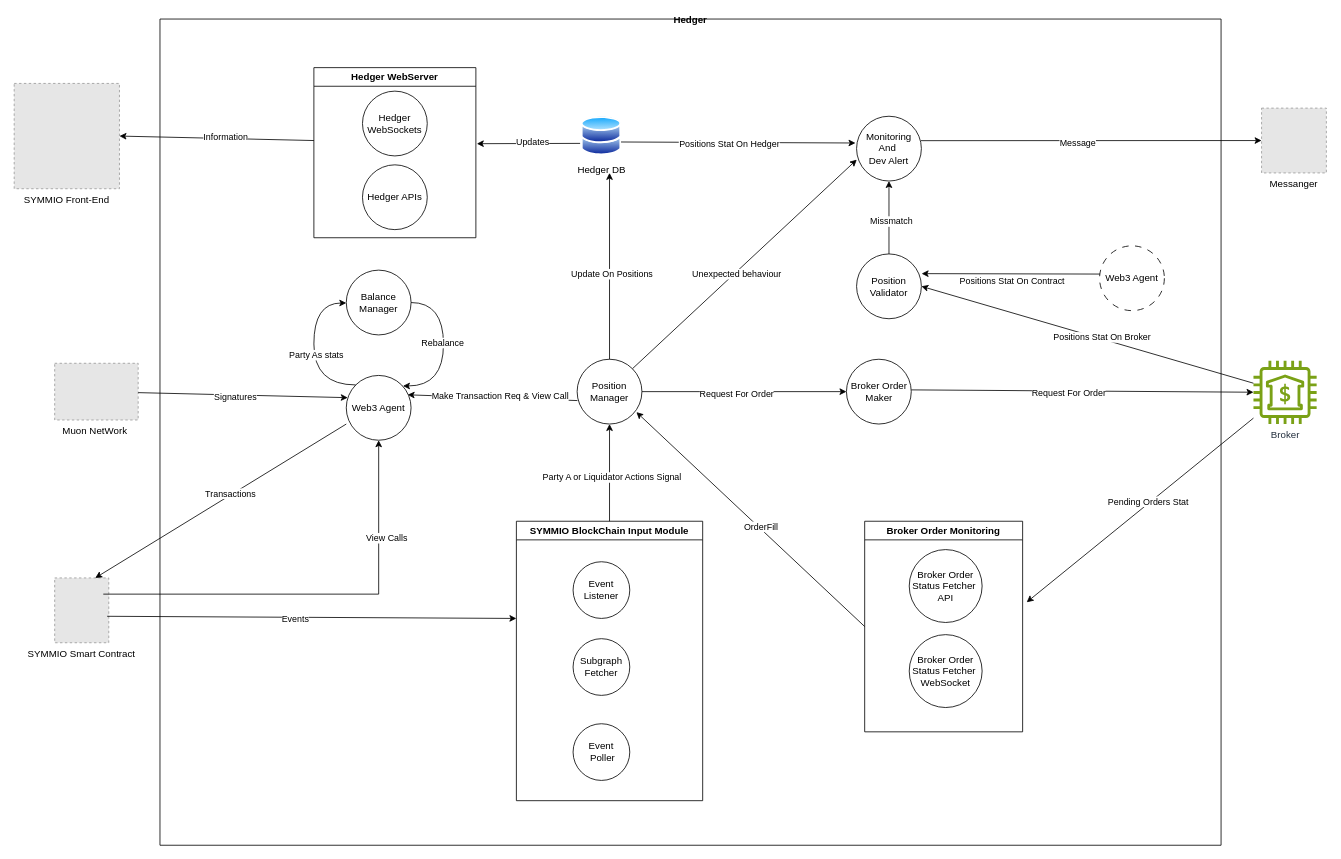
Above: hedger_docs/drawio/hedger_arch.drawio in SYMM-IO/docs (draw.io), before the change. Source tidied: cells renumbered, new cells numbered last; positions are measured from the earlier drawing's top-left corner, leaving out a move shared by most shapes. Both pictures are drawn from the tidied source at 81%, with x=0, y=0 at pixel (14, 19). Pictures stored in the file or linked from it are replaced by grey dashed boxes.
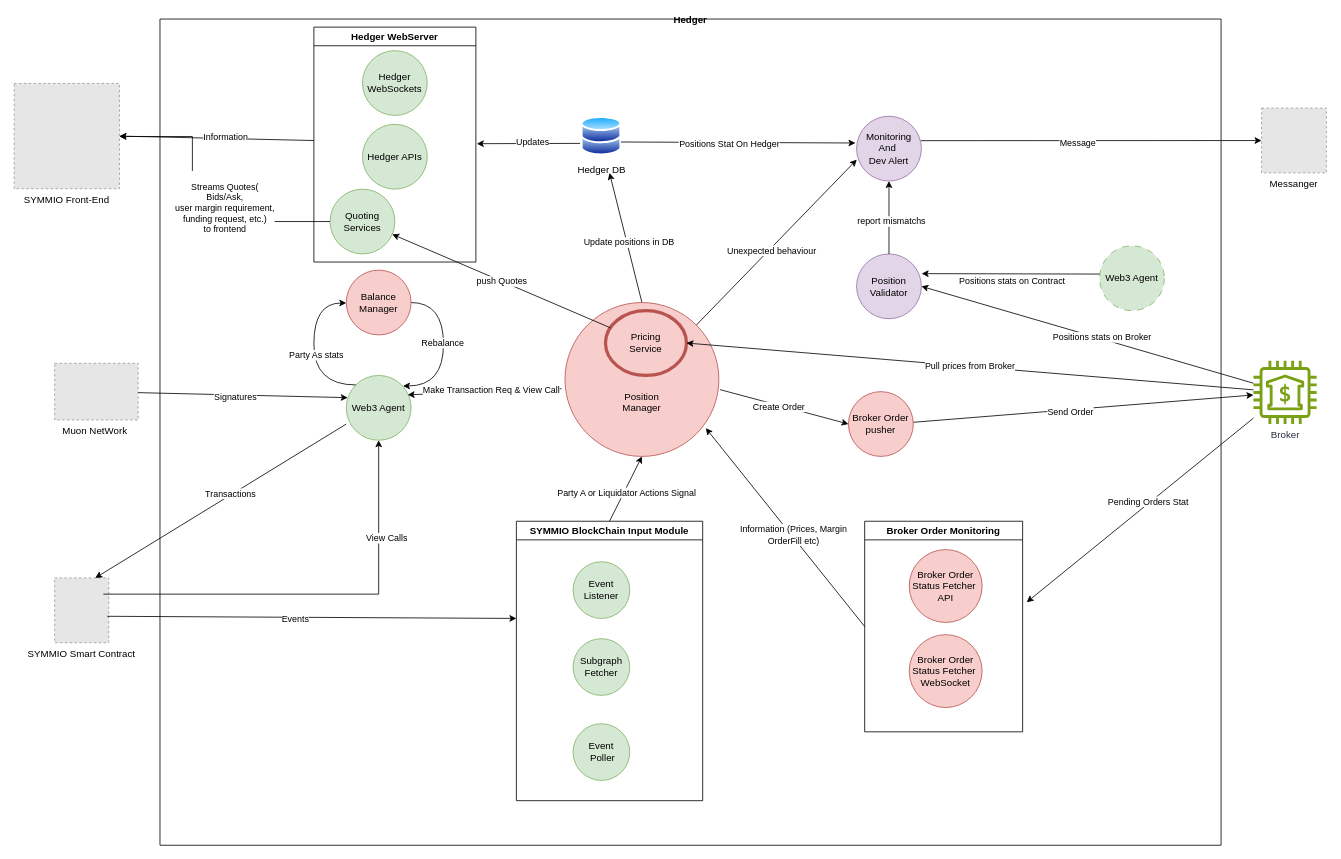
After the change.

The change refers to these unchanged cells:
```xml
<mxCell id="3" value="SYMMIO BlockChain Input Module" style="swimlane;" parent="1" vertex="1">
  <mxGeometry x="620" y="620" width="230" height="345" as="geometry" />
</mxCell>
<mxCell id="14" value="Broker Order Monitoring" style="swimlane;whiteSpace=wrap;html=1;" parent="1" vertex="1">
  <mxGeometry x="1050" y="620" width="195" height="260" as="geometry" />
</mxCell>
<mxCell id="20" value="Broker" style="sketch=0;outlineConnect=0;fontColor=#232F3E;gradientColor=none;fillColor=#7AA116;strokeColor=none;dashed=0;verticalLabelPosition=bottom;verticalAlign=top;align=center;html=1;fontSize=12;fontStyle=0;shape=mxgraph.aws4.bank;" parent="1" vertex="1">
  <mxGeometry x="1530" y="422" width="78" height="78" as="geometry" />
</mxCell>
<mxCell id="21" value="SYMMIO Front-End" style="fillColor=#E6E6E6;strokeColor=#999999;dashed=1;verticalLabelPosition=bottom;verticalAlign=top;" parent="1" vertex="1">
  <mxGeometry y="79.5" width="130" height="130" as="geometry" />
</mxCell>
<mxCell id="28" style="endArrow=classic;html=1;rounded=0;exitX=0.5;exitY=0;exitDx=0;exitDy=0;" parent="1" edge="1" source="7">
  <mxGeometry relative="1" as="geometry">
    <mxPoint x="735" y="190" as="targetPoint" />
  </mxGeometry>
</mxCell>
<mxCell id="30" style="endArrow=classic;html=1;rounded=0;entryX=1;entryY=0.5;entryDx=0;entryDy=0;" parent="1" edge="1" source="20" target="24">
  <mxGeometry relative="1" as="geometry" />
</mxCell>
<mxCell id="34" style="endArrow=classic;html=1;rounded=0;entryX=1.004;entryY=0.304;entryDx=0;entryDy=0;entryPerimeter=0;exitX=0.985;exitY=0.438;exitDx=0;exitDy=0;exitPerimeter=0;" parent="1" edge="1" source="64" target="24">
  <mxGeometry relative="1" as="geometry" />
</mxCell>
<mxCell id="37" style="endArrow=classic;html=1;rounded=0;exitX=0;exitY=0.5;exitDx=0;exitDy=0;entryX=0.915;entryY=0.816;entryDx=0;entryDy=0;entryPerimeter=0;" parent="1" edge="1" source="14" target="7">
  <mxGeometry relative="1" as="geometry" />
</mxCell>
<mxCell id="55" style="endArrow=classic;html=1;rounded=0;exitX=1.001;exitY=0.473;exitDx=0;exitDy=0;exitPerimeter=0;" parent="1" edge="1" source="13" target="20">
  <mxGeometry relative="1" as="geometry" />
</mxCell>
<mxCell id="57" style="endArrow=classic;html=1;rounded=0;entryX=0.5;entryY=1;entryDx=0;entryDy=0;exitX=0.5;exitY=0;exitDx=0;exitDy=0;" parent="1" edge="1" source="24" target="36">
  <mxGeometry relative="1" as="geometry" />
</mxCell>
<mxCell id="67" value="Hedger" style="swimlane;startSize=0;" parent="1" vertex="1">
  <mxGeometry x="180" width="1310" height="1020" as="geometry" />
</mxCell>
```

Change to the diagram source:
```diff
@@
-    <mxCell id="4" value="Subgraph&lt;br&gt;Fetcher" style="ellipse;whiteSpace=wrap;html=1;" parent="3" vertex="1">
+    <mxCell id="4" value="Subgraph&lt;br&gt;Fetcher" style="ellipse;whiteSpace=wrap;html=1;fillColor=#d5e8d4;strokeColor=#82b366;" parent="3" vertex="1">
       <mxGeometry x="70" y="145" width="70" height="70" as="geometry" />
     </mxCell>
-    <mxCell id="5" value="Event&lt;br&gt;&amp;nbsp;Poller" style="ellipse;whiteSpace=wrap;html=1;" parent="3" vertex="1">
+    <mxCell id="5" value="Event&lt;br&gt;&amp;nbsp;Poller" style="ellipse;whiteSpace=wrap;html=1;fillColor=#d5e8d4;strokeColor=#82b366;" parent="3" vertex="1">
       <mxGeometry x="70" y="250" width="70" height="70" as="geometry" />
     </mxCell>
-    <mxCell id="6" value="Event&lt;br&gt;Listener" style="ellipse;whiteSpace=wrap;html=1;" parent="3" vertex="1">
+    <mxCell id="6" value="Event&lt;br&gt;Listener" style="ellipse;whiteSpace=wrap;html=1;fillColor=#d5e8d4;strokeColor=#82b366;" parent="3" vertex="1">
       <mxGeometry x="70" y="50" width="70" height="70" as="geometry" />
     </mxCell>
-    <mxCell id="7" value="Position&lt;br&gt;Manager" style="ellipse;whiteSpace=wrap;html=1;" parent="1" vertex="1">
-      <mxGeometry x="695" y="420" width="80" height="80" as="geometry" />
-    </mxCell>
@@
-    <mxCell id="13" value="Broker Order&lt;br&gt;Maker" style="ellipse;whiteSpace=wrap;html=1;" parent="1" vertex="1">
-      <mxGeometry x="1027.5" y="420" width="80" height="80" as="geometry" />
-    </mxCell>
@@
-    <mxCell id="15" value="Broker Order&lt;br&gt;Status Fetcher&amp;nbsp;&lt;br&gt;API" style="ellipse;whiteSpace=wrap;html=1;" parent="14" vertex="1">
+    <mxCell id="15" value="Broker Order&lt;br&gt;Status Fetcher&amp;nbsp;&lt;br&gt;API" style="ellipse;whiteSpace=wrap;html=1;fillColor=#f8cecc;strokeColor=#b85450;" parent="14" vertex="1">
       <mxGeometry x="55" y="35" width="90" height="90" as="geometry" />
     </mxCell>
-    <mxCell id="16" value="Broker Order&lt;br&gt;Status Fetcher&amp;nbsp;&lt;br&gt;WebSocket" style="ellipse;whiteSpace=wrap;html=1;" parent="14" vertex="1">
+    <mxCell id="16" value="Broker Order&lt;br&gt;Status Fetcher&amp;nbsp;&lt;br&gt;WebSocket" style="ellipse;whiteSpace=wrap;html=1;fillColor=#f8cecc;strokeColor=#b85450;" parent="14" vertex="1">
       <mxGeometry x="55" y="140" width="90" height="90" as="geometry" />
     </mxCell>
     <mxCell id="17" value="Hedger WebServer" style="swimlane;whiteSpace=wrap;html=1;" parent="1" vertex="1">
-      <mxGeometry x="370" y="60" width="200" height="210" as="geometry" />
+      <mxGeometry x="370" y="10" width="200" height="290" as="geometry" />
     </mxCell>
-    <mxCell id="18" value="Hedger WebSockets" style="ellipse;whiteSpace=wrap;html=1;" parent="17" vertex="1">
+    <mxCell id="18" value="Hedger WebSockets" style="ellipse;whiteSpace=wrap;html=1;fillColor=#d5e8d4;strokeColor=#82b366;" parent="17" vertex="1">
       <mxGeometry x="60" y="29" width="80" height="80" as="geometry" />
     </mxCell>
-    <mxCell id="19" value="Hedger APIs" style="ellipse;whiteSpace=wrap;html=1;" parent="17" vertex="1">
+    <mxCell id="19" value="Hedger APIs" style="ellipse;whiteSpace=wrap;html=1;fillColor=#d5e8d4;strokeColor=#82b366;" parent="17" vertex="1">
       <mxGeometry x="60" y="120" width="80" height="80" as="geometry" />
     </mxCell>
@@
-    <mxCell id="22" value="Web3 Agent" style="ellipse;whiteSpace=wrap;html=1;" parent="1" vertex="1">
+    <mxCell id="22" value="Web3 Agent" style="ellipse;whiteSpace=wrap;html=1;fillColor=#d5e8d4;strokeColor=#82b366;" parent="1" vertex="1">
       <mxGeometry x="410" y="440" width="80" height="80" as="geometry" />
     </mxCell>
-    <mxCell id="23" value="Balance&lt;br&gt;Manager" style="ellipse;whiteSpace=wrap;html=1;" parent="1" vertex="1">
-      <mxGeometry x="410" y="310" width="80" height="80" as="geometry" />
-    </mxCell>
-    <mxCell id="24" value="Position Validator" style="ellipse;whiteSpace=wrap;html=1;" parent="1" vertex="1">
+    <mxCell id="24" value="Position Validator" style="ellipse;whiteSpace=wrap;html=1;fillColor=#e1d5e7;strokeColor=#9673a6;" parent="1" vertex="1">
       <mxGeometry x="1040" y="290" width="80" height="80" as="geometry" />
     </mxCell>
@@
-    <mxCell id="29" value="Update On Positions" style="edgeLabel;html=1;align=center;verticalAlign=middle;" parent="28" vertex="1">
+    <mxCell id="29" value="Update positions in DB" style="edgeLabel;html=1;align=center;verticalAlign=middle;" parent="28" vertex="1">
       <mxGeometry x="-0.08" y="-2" relative="1" as="geometry" />
     </mxCell>
@@
-    <mxCell id="31" value="Positions Stat On Broker" style="edgeLabel;html=1;align=center;verticalAlign=middle;" parent="30" vertex="1">
+    <mxCell id="31" value="Positions stats on Broker" style="edgeLabel;html=1;align=center;verticalAlign=middle;" parent="30" vertex="1">
       <mxGeometry x="-0.08" y="-2" relative="1" as="geometry" />
     </mxCell>
@@
-    <mxCell id="35" value="Positions Stat On Contract" style="edgeLabel;html=1;align=center;verticalAlign=middle;" parent="34" vertex="1">
+    <mxCell id="35" value="Positions stats on Contract" style="edgeLabel;html=1;align=center;verticalAlign=middle;" parent="34" vertex="1">
       <mxGeometry x="-0.08" y="-2" relative="1" as="geometry">
         <mxPoint x="-50" y="11" as="offset" />
       </mxGeometry>
     </mxCell>
-    <mxCell id="36" value="Monitoring&lt;br&gt;And&amp;nbsp;&lt;br&gt;Dev Alert" style="ellipse;whiteSpace=wrap;html=1;" parent="1" vertex="1">
+    <mxCell id="36" value="Monitoring&lt;br&gt;And&amp;nbsp;&lt;br&gt;Dev Alert" style="ellipse;whiteSpace=wrap;html=1;fillColor=#e1d5e7;strokeColor=#9673a6;" parent="1" vertex="1">
       <mxGeometry x="1040" y="120" width="80" height="80" as="geometry" />
     </mxCell>
@@
-    <mxCell id="38" value="OrderFill" style="edgeLabel;html=1;align=center;verticalAlign=middle;" parent="37" vertex="1">
+    <mxCell id="38" value="Information (Prices, Margin &lt;br&gt;OrderFill etc)" style="edgeLabel;html=1;align=center;verticalAlign=middle;" parent="37" vertex="1">
       <mxGeometry x="-0.08" y="-2" relative="1" as="geometry" />
     </mxCell>
@@
-    <mxCell id="51" style="endArrow=classic;html=1;rounded=0;exitX=0.005;exitY=0.638;exitDx=0;exitDy=0;entryX=0.947;entryY=0.299;entryDx=0;entryDy=0;entryPerimeter=0;exitPerimeter=0;" parent="1" edge="1" source="7" target="22">
+    <mxCell id="51" style="endArrow=classic;html=1;rounded=0;exitX=-0.023;exitY=0.56;exitDx=0;exitDy=0;entryX=0.947;entryY=0.299;entryDx=0;entryDy=0;entryPerimeter=0;exitPerimeter=0;" parent="1" edge="1" source="7" target="22">
       <mxGeometry relative="1" as="geometry" />
     </mxCell>
@@
-    <mxCell id="53" style="endArrow=classic;html=1;rounded=0;entryX=0;entryY=0.5;entryDx=0;entryDy=0;" parent="1" edge="1" source="7" target="13">
-      <mxGeometry relative="1" as="geometry" />
-    </mxCell>
-    <mxCell id="54" value="Request For Order" style="edgeLabel;html=1;align=center;verticalAlign=middle;" parent="53" vertex="1">
-      <mxGeometry x="-0.08" y="-2" relative="1" as="geometry" />
-    </mxCell>
@@
-    <mxCell id="56" value="Request For Order" style="edgeLabel;html=1;align=center;verticalAlign=middle;" parent="55" vertex="1">
+    <mxCell id="56" value="Send Order" style="edgeLabel;html=1;align=center;verticalAlign=middle;" parent="55" vertex="1">
       <mxGeometry x="-0.08" y="-2" relative="1" as="geometry" />
     </mxCell>
@@
-    <mxCell id="58" value="Missmatch" style="edgeLabel;html=1;align=center;verticalAlign=middle;" parent="57" vertex="1">
+    <mxCell id="58" value="report mismatchs" style="edgeLabel;html=1;align=center;verticalAlign=middle;" parent="57" vertex="1">
       <mxGeometry x="-0.08" y="-2" relative="1" as="geometry" />
     </mxCell>
@@
-    <mxCell id="64" value="Web3 Agent" style="ellipse;whiteSpace=wrap;html=1;dashed=1;dashPattern=8 8;" parent="1" vertex="1">
+    <mxCell id="64" value="Web3 Agent" style="ellipse;whiteSpace=wrap;html=1;dashed=1;dashPattern=8 8;fillColor=#d5e8d4;strokeColor=#82b366;" parent="1" vertex="1">
       <mxGeometry x="1340" y="280" width="80" height="80" as="geometry" />
     </mxCell>
@@
+    <mxCell id="7" value="&lt;br&gt;&lt;br&gt;&lt;br&gt;&lt;br&gt;Position&lt;br&gt;Manager" style="ellipse;whiteSpace=wrap;html=1;fillColor=#f8cecc;strokeColor=#b85450;" parent="67" vertex="1">
+      <mxGeometry x="500" y="350" width="190" height="190" as="geometry" />
+    </mxCell>
+    <mxCell id="68" value="Pricing &lt;br&gt;Service" style="ellipse;whiteSpace=wrap;html=1;fillColor=#f8cecc;strokeColor=#b85450;gradientColor=none;strokeWidth=4;" parent="67" vertex="1">
+      <mxGeometry x="550" y="360" width="100" height="80" as="geometry" />
+    </mxCell>
+    <mxCell id="13" value="Broker Order&lt;br&gt;pusher" style="ellipse;whiteSpace=wrap;html=1;fillColor=#f8cecc;strokeColor=#b85450;" parent="67" vertex="1">
+      <mxGeometry x="850" y="460" width="80" height="80" as="geometry" />
+    </mxCell>
+    <mxCell id="53" style="endArrow=classic;html=1;rounded=0;entryX=0;entryY=0.5;entryDx=0;entryDy=0;exitX=1.008;exitY=0.566;exitDx=0;exitDy=0;exitPerimeter=0;" parent="67" edge="1" source="7" target="13">
+      <mxGeometry relative="1" as="geometry" />
+    </mxCell>
+    <mxCell id="54" value="Create Order" style="edgeLabel;html=1;align=center;verticalAlign=middle;" parent="53" vertex="1">
+      <mxGeometry x="-0.08" y="-2" relative="1" as="geometry" />
+    </mxCell>
+    <mxCell id="69" value="Quoting&lt;br&gt;Services" style="ellipse;whiteSpace=wrap;html=1;fillColor=#d5e8d4;strokeColor=#82b366;" parent="67" vertex="1">
+      <mxGeometry x="210" y="210" width="80" height="80" as="geometry" />
+    </mxCell>
+    <mxCell id="23" value="Balance&lt;br&gt;Manager" style="ellipse;whiteSpace=wrap;html=1;fillColor=#f8cecc;strokeColor=#b85450;" parent="67" vertex="1">
+      <mxGeometry x="230" y="310" width="80" height="80" as="geometry" />
+    </mxCell>
+    <mxCell id="70" value="push Quotes" style="endArrow=classic;html=1;rounded=0;" parent="67" edge="1" source="68" target="69">
+      <mxGeometry relative="1" as="geometry" />
+    </mxCell>
+    <mxCell id="71" value="Pull prices from Broker" style="endArrow=classic;html=1;rounded=0;entryX=1;entryY=0.5;entryDx=0;entryDy=0;" parent="1" edge="1" source="20" target="68">
+      <mxGeometry relative="1" as="geometry" />
+    </mxCell>
+    <mxCell id="72" value="&#10;&lt;span style=&quot;color: rgb(0, 0, 0); font-family: Helvetica; font-size: 11px; font-style: normal; font-variant-ligatures: normal; font-variant-caps: normal; font-weight: 400; letter-spacing: normal; orphans: 2; text-align: center; text-indent: 0px; text-transform: none; widows: 2; word-spacing: 0px; -webkit-text-stroke-width: 0px; background-color: rgb(255, 255, 255); text-decoration-thickness: initial; text-decoration-style: initial; text-decoration-color: initial; float: none; display: inline !important;&quot;&gt;Streams Quotes(&lt;/span&gt;&lt;br style=&quot;border-color: var(--border-color); color: rgb(0, 0, 0); font-family: Helvetica; font-size: 11px; font-style: normal; font-variant-ligatures: normal; font-variant-caps: normal; font-weight: 400; letter-spacing: normal; orphans: 2; text-align: center; text-indent: 0px; text-transform: none; widows: 2; word-spacing: 0px; -webkit-text-stroke-width: 0px; text-decoration-thickness: initial; text-decoration-style: initial; text-decoration-color: initial;&quot;&gt;&lt;span style=&quot;color: rgb(0, 0, 0); font-family: Helvetica; font-size: 11px; font-style: normal; font-variant-ligatures: normal; font-variant-caps: normal; font-weight: 400; letter-spacing: normal; orphans: 2; text-align: center; text-indent: 0px; text-transform: none; widows: 2; word-spacing: 0px; -webkit-text-stroke-width: 0px; background-color: rgb(255, 255, 255); text-decoration-thickness: initial; text-decoration-style: initial; text-decoration-color: initial; float: none; display: inline !important;&quot;&gt;Bids/Ask,&lt;/span&gt;&lt;br style=&quot;border-color: var(--border-color); color: rgb(0, 0, 0); font-family: Helvetica; font-size: 11px; font-style: normal; font-variant-ligatures: normal; font-variant-caps: normal; font-weight: 400; letter-spacing: normal; orphans: 2; text-align: center; text-indent: 0px; text-transform: none; widows: 2; word-spacing: 0px; -webkit-text-stroke-width: 0px; text-decoration-thickness: initial; text-decoration-style: initial; text-decoration-color: initial;&quot;&gt;&lt;span style=&quot;color: rgb(0, 0, 0); font-family: Helvetica; font-size: 11px; font-style: normal; font-variant-ligatures: normal; font-variant-caps: normal; font-weight: 400; letter-spacing: normal; orphans: 2; text-align: center; text-indent: 0px; text-transform: none; widows: 2; word-spacing: 0px; -webkit-text-stroke-width: 0px; background-color: rgb(255, 255, 255); text-decoration-thickness: initial; text-decoration-style: initial; text-decoration-color: initial; float: none; display: inline !important;&quot;&gt;user margin&amp;nbsp;requirement,&lt;/span&gt;&lt;br style=&quot;border-color: var(--border-color); color: rgb(0, 0, 0); font-family: Helvetica; font-size: 11px; font-style: normal; font-variant-ligatures: normal; font-variant-caps: normal; font-weight: 400; letter-spacing: normal; orphans: 2; text-align: center; text-indent: 0px; text-transform: none; widows: 2; word-spacing: 0px; -webkit-text-stroke-width: 0px; text-decoration-thickness: initial; text-decoration-style: initial; text-decoration-color: initial;&quot;&gt;&lt;span style=&quot;color: rgb(0, 0, 0); font-family: Helvetica; font-size: 11px; font-style: normal; font-variant-ligatures: normal; font-variant-caps: normal; font-weight: 400; letter-spacing: normal; orphans: 2; text-align: center; text-indent: 0px; text-transform: none; widows: 2; word-spacing: 0px; -webkit-text-stroke-width: 0px; background-color: rgb(255, 255, 255); text-decoration-thickness: initial; text-decoration-style: initial; text-decoration-color: initial; float: none; display: inline !important;&quot;&gt;funding request, etc.)&lt;/span&gt;&lt;br style=&quot;border-color: var(--border-color); color: rgb(0, 0, 0); font-family: Helvetica; font-size: 11px; font-style: normal; font-variant-ligatures: normal; font-variant-caps: normal; font-weight: 400; letter-spacing: normal; orphans: 2; text-align: center; text-indent: 0px; text-transform: none; widows: 2; word-spacing: 0px; -webkit-text-stroke-width: 0px; text-decoration-thickness: initial; text-decoration-style: initial; text-decoration-color: initial;&quot;&gt;&lt;span style=&quot;color: rgb(0, 0, 0); font-family: Helvetica; font-size: 11px; font-style: normal; font-variant-ligatures: normal; font-variant-caps: normal; font-weight: 400; letter-spacing: normal; orphans: 2; text-align: center; text-indent: 0px; text-transform: none; widows: 2; word-spacing: 0px; -webkit-text-stroke-width: 0px; background-color: rgb(255, 255, 255); text-decoration-thickness: initial; text-decoration-style: initial; text-decoration-color: initial; float: none; display: inline !important;&quot;&gt;to frontend&lt;/span&gt;&#10;&#10;" style="edgeStyle=orthogonalEdgeStyle;rounded=0;jettySize=auto;html=1;" parent="1" edge="1" source="69" target="21">
+      <mxGeometry x="-0.29" y="-10" relative="1" as="geometry">
+        <Array as="points">
+          <mxPoint x="220" y="250" />
+          <mxPoint x="220" y="145" />
+        </Array>
+      </mxGeometry>
+    </mxCell>
```
